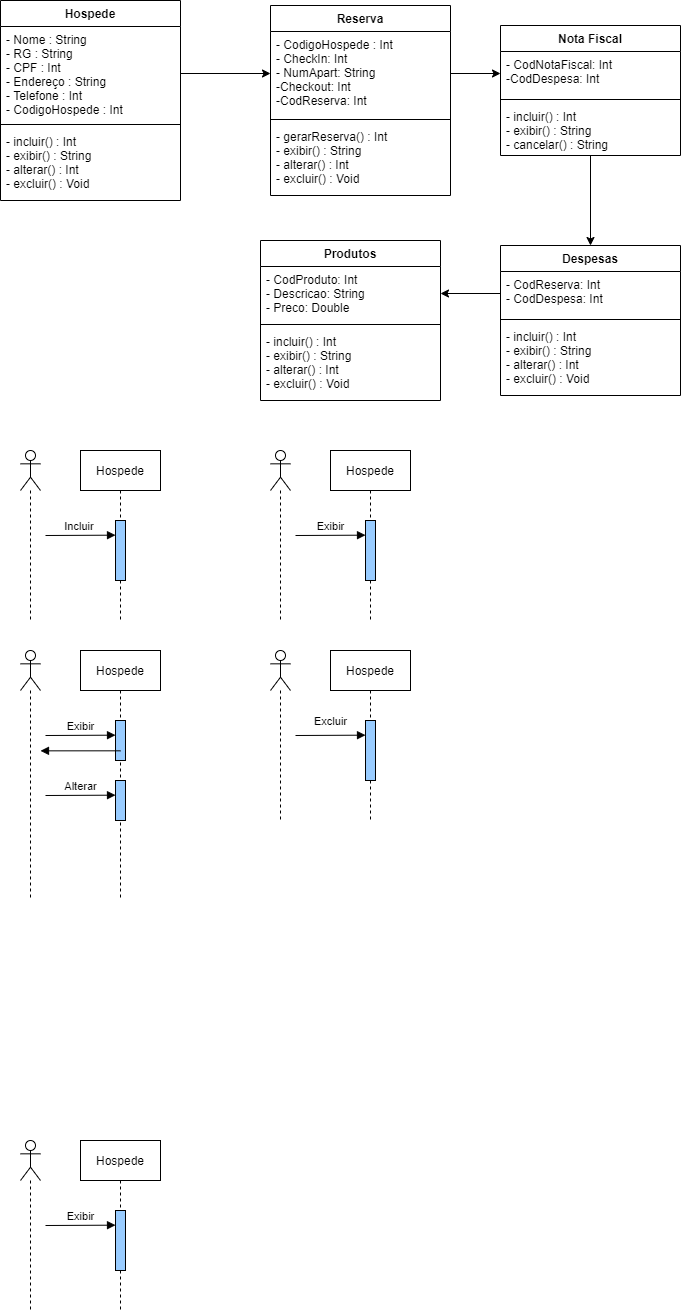
leitoraincomum/engsofII keeps this draw.io diagram as Sequencia e Colab.png. Above is the earlier version. Source tidied: cells renumbered, new cells last; positions are measured from the earlier drawing's top-left corner, leaving out a move shared by most shapes.
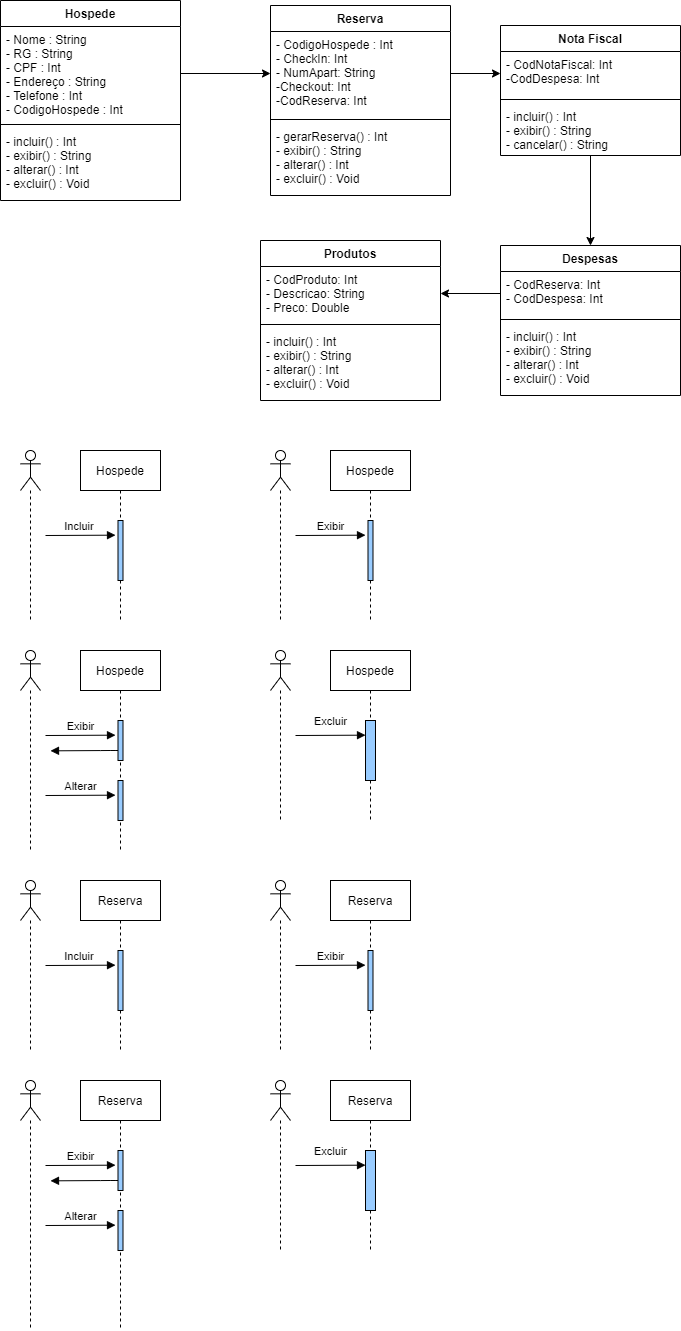
Later version of the same file.

The edit, as a diff of the source:
```diff
@@ -84,7 +84,7 @@
       <mxGeometry x="80" y="450" width="80" height="170" as="geometry" />
     </mxCell>
     <mxCell id="28" style="html=1;perimeter=orthogonalPerimeter;align=center;fillColor=#99CCFF;" parent="27" vertex="1">
-      <mxGeometry x="35" y="70" width="10" height="60" as="geometry" />
+      <mxGeometry x="37.5" y="70" width="5" height="60" as="geometry" />
     </mxCell>
     <mxCell id="29" style="shape=umlLifeline;participant=umlActor;perimeter=lifelinePerimeter;whiteSpace=wrap;html=1;verticalAlign=top;spacingTop=36;align=center;" parent="1" vertex="1">
       <mxGeometry x="20" y="450" width="20" height="170" as="geometry" />
@@ -96,13 +96,13 @@
       </mxGeometry>
     </mxCell>
     <mxCell id="31" value="Hospede" style="shape=umlLifeline;perimeter=lifelinePerimeter;whiteSpace=wrap;html=1;align=center;" parent="1" vertex="1">
-      <mxGeometry x="80" y="650" width="80" height="250" as="geometry" />
+      <mxGeometry x="80" y="650" width="80" height="200" as="geometry" />
     </mxCell>
     <mxCell id="32" style="html=1;points=[];perimeter=orthogonalPerimeter;align=center;fillColor=#99CCFF;" parent="31" vertex="1">
-      <mxGeometry x="35" y="70" width="10" height="40" as="geometry" />
+      <mxGeometry x="37.5" y="70" width="5" height="40" as="geometry" />
     </mxCell>
     <mxCell id="33" style="html=1;perimeter=orthogonalPerimeter;align=center;fillColor=#99CCFF;" parent="31" vertex="1">
-      <mxGeometry x="35" y="130" width="10" height="40" as="geometry" />
+      <mxGeometry x="37.5" y="130" width="5" height="40" as="geometry" />
     </mxCell>
     <mxCell id="34" value="Alterar" style="html=1;verticalAlign=bottom;endArrow=block;" parent="31" edge="1">
       <mxGeometry relative="1" as="geometry">
@@ -111,13 +111,13 @@
       </mxGeometry>
     </mxCell>
     <mxCell id="35" style="shape=umlLifeline;participant=umlActor;perimeter=lifelinePerimeter;whiteSpace=wrap;html=1;verticalAlign=top;spacingTop=36;align=center;" parent="1" vertex="1">
-      <mxGeometry x="20" y="650" width="20" height="250" as="geometry" />
+      <mxGeometry x="20" y="650" width="20" height="200" as="geometry" />
     </mxCell>
     <mxCell id="36" value="Hospede" style="shape=umlLifeline;perimeter=lifelinePerimeter;whiteSpace=wrap;html=1;align=center;" parent="1" vertex="1">
       <mxGeometry x="330" y="450" width="80" height="170" as="geometry" />
     </mxCell>
     <mxCell id="37" style="html=1;perimeter=orthogonalPerimeter;align=center;fillColor=#99CCFF;" parent="36" vertex="1">
-      <mxGeometry x="35" y="70" width="10" height="60" as="geometry" />
+      <mxGeometry x="37.5" y="70" width="5" height="60" as="geometry" />
     </mxCell>
     <mxCell id="38" style="shape=umlLifeline;participant=umlActor;perimeter=lifelinePerimeter;whiteSpace=wrap;html=1;verticalAlign=top;spacingTop=36;align=center;" parent="1" vertex="1">
       <mxGeometry x="270" y="450" width="20" height="170" as="geometry" />
@@ -143,25 +143,94 @@
         <mxPoint x="365" y="734.7" as="targetPoint" />
       </mxGeometry>
     </mxCell>
-    <mxCell id="44" value="Hospede" style="shape=umlLifeline;perimeter=lifelinePerimeter;whiteSpace=wrap;html=1;align=center;" parent="1" vertex="1">
-      <mxGeometry x="80" y="1140" width="80" height="170" as="geometry" />
-    </mxCell>
+    <mxCell id="48" style="html=1;verticalAlign=bottom;endArrow=block;" parent="1" edge="1">
+      <mxGeometry relative="1" as="geometry">
+        <mxPoint x="110" y="750" as="sourcePoint" />
+        <mxPoint x="50" y="750.3" as="targetPoint" />
+        <Array as="points">
+          <mxPoint x="120" y="750" />
+          <mxPoint x="110" y="750" />
+        </Array>
+      </mxGeometry>
+    </mxCell>
+    <mxCell id="49" value="Exibir" style="html=1;verticalAlign=bottom;endArrow=block;" parent="1" edge="1">
+      <mxGeometry relative="1" as="geometry">
+        <mxPoint x="45" y="1165" as="sourcePoint" />
+        <mxPoint x="115" y="1164.7" as="targetPoint" />
+      </mxGeometry>
+    </mxCell>
+    <mxCell id="50" value="Reserva" style="shape=umlLifeline;perimeter=lifelinePerimeter;whiteSpace=wrap;html=1;align=center;" parent="1" vertex="1">
+      <mxGeometry x="80" y="880" width="80" height="170" as="geometry" />
+    </mxCell>
+    <mxCell id="51" style="html=1;perimeter=orthogonalPerimeter;align=center;fillColor=#99CCFF;" parent="50" vertex="1">
+      <mxGeometry x="37.5" y="70" width="5" height="60" as="geometry" />
+    </mxCell>
+    <mxCell id="52" style="shape=umlLifeline;participant=umlActor;perimeter=lifelinePerimeter;whiteSpace=wrap;html=1;verticalAlign=top;spacingTop=36;align=center;" parent="1" vertex="1">
+      <mxGeometry x="20" y="880" width="20" height="170" as="geometry" />
+    </mxCell>
+    <mxCell id="53" value="Incluir&amp;nbsp;" style="html=1;verticalAlign=bottom;endArrow=block;" parent="1" edge="1">
+      <mxGeometry relative="1" as="geometry">
+        <mxPoint x="45" y="965" as="sourcePoint" />
+        <mxPoint x="115" y="964.7" as="targetPoint" />
+      </mxGeometry>
+    </mxCell>
+    <mxCell id="54" value="Reserva" style="shape=umlLifeline;perimeter=lifelinePerimeter;whiteSpace=wrap;html=1;align=center;" parent="1" vertex="1">
+      <mxGeometry x="80" y="1080" width="80" height="250" as="geometry" />
+    </mxCell>
+    <mxCell id="55" style="html=1;perimeter=orthogonalPerimeter;align=center;fillColor=#99CCFF;" parent="54" vertex="1">
+      <mxGeometry x="37.5" y="70" width="5" height="40" as="geometry" />
+    </mxCell>
+    <mxCell id="56" style="html=1;perimeter=orthogonalPerimeter;align=center;fillColor=#99CCFF;" parent="54" vertex="1">
+      <mxGeometry x="37.5" y="130" width="5" height="40" as="geometry" />
+    </mxCell>
+    <mxCell id="57" value="Alterar" style="html=1;verticalAlign=bottom;endArrow=block;" parent="54" edge="1">
+      <mxGeometry relative="1" as="geometry">
+        <mxPoint x="-35" y="145" as="sourcePoint" />
+        <mxPoint x="35" y="144.7" as="targetPoint" />
+      </mxGeometry>
+    </mxCell>
+    <mxCell id="58" style="shape=umlLifeline;participant=umlActor;perimeter=lifelinePerimeter;whiteSpace=wrap;html=1;verticalAlign=top;spacingTop=36;align=center;" parent="1" vertex="1">
+      <mxGeometry x="20" y="1080" width="20" height="250" as="geometry" />
+    </mxCell>
+    <mxCell id="59" value="Reserva" style="shape=umlLifeline;perimeter=lifelinePerimeter;whiteSpace=wrap;html=1;align=center;" parent="1" vertex="1">
+      <mxGeometry x="330" y="880" width="80" height="170" as="geometry" />
+    </mxCell>
+    <mxCell id="60" style="html=1;perimeter=orthogonalPerimeter;align=center;fillColor=#99CCFF;" parent="59" vertex="1">
+      <mxGeometry x="37.5" y="70" width="5" height="60" as="geometry" />
+    </mxCell>
+    <mxCell id="61" style="shape=umlLifeline;participant=umlActor;perimeter=lifelinePerimeter;whiteSpace=wrap;html=1;verticalAlign=top;spacingTop=36;align=center;" parent="1" vertex="1">
+      <mxGeometry x="270" y="880" width="20" height="170" as="geometry" />
+    </mxCell>
+    <mxCell id="62" value="Exibir" style="html=1;verticalAlign=bottom;endArrow=block;" parent="1" edge="1">
+      <mxGeometry relative="1" as="geometry">
+        <mxPoint x="295" y="965" as="sourcePoint" />
+        <mxPoint x="365" y="964.7" as="targetPoint" />
+      </mxGeometry>
+    </mxCell>
+    <mxCell id="63" value="Reserva" style="shape=umlLifeline;perimeter=lifelinePerimeter;whiteSpace=wrap;html=1;align=center;" parent="1" vertex="1">
+      <mxGeometry x="330" y="1080" width="80" height="170" as="geometry" />
+    </mxCell>
-    <mxCell id="45" style="html=1;perimeter=orthogonalPerimeter;align=center;fillColor=#99CCFF;" parent="44" vertex="1">
+    <mxCell id="45" style="html=1;perimeter=orthogonalPerimeter;align=center;fillColor=#99CCFF;" parent="63" vertex="1">
       <mxGeometry x="35" y="70" width="10" height="60" as="geometry" />
     </mxCell>
-    <mxCell id="46" style="shape=umlLifeline;participant=umlActor;perimeter=lifelinePerimeter;whiteSpace=wrap;html=1;verticalAlign=top;spacingTop=36;align=center;" parent="1" vertex="1">
-      <mxGeometry x="20" y="1140" width="20" height="170" as="geometry" />
-    </mxCell>
-    <mxCell id="47" value="Exibir" style="html=1;verticalAlign=bottom;endArrow=block;" parent="1" edge="1">
-      <mxGeometry relative="1" as="geometry">
-        <mxPoint x="45" y="1225" as="sourcePoint" />
-        <mxPoint x="115" y="1224.7" as="targetPoint" />
-      </mxGeometry>
-    </mxCell>
-    <mxCell id="48" style="html=1;verticalAlign=bottom;endArrow=block;exitX=0.5;exitY=0.758;exitDx=0;exitDy=0;exitPerimeter=0;" parent="1" edge="1" source="32">
-      <mxGeometry relative="1" as="geometry">
-        <mxPoint x="40" y="750.3" as="targetPoint" />
-      </mxGeometry>
-    </mxCell>
+    <mxCell id="64" style="shape=umlLifeline;participant=umlActor;perimeter=lifelinePerimeter;whiteSpace=wrap;html=1;verticalAlign=top;spacingTop=36;align=center;" parent="1" vertex="1">
+      <mxGeometry x="270" y="1080" width="20" height="170" as="geometry" />
+    </mxCell>
+    <mxCell id="65" value="Excluir" style="html=1;verticalAlign=bottom;endArrow=block;" parent="1" edge="1">
+      <mxGeometry y="5" relative="1" as="geometry">
+        <mxPoint x="295" y="1165" as="sourcePoint" />
+        <mxPoint x="365" y="1164.7" as="targetPoint" />
+      </mxGeometry>
+    </mxCell>
+    <mxCell id="66" style="html=1;verticalAlign=bottom;endArrow=block;" parent="1" edge="1">
+      <mxGeometry relative="1" as="geometry">
+        <mxPoint x="110" y="1180" as="sourcePoint" />
+        <mxPoint x="50" y="1180.3" as="targetPoint" />
+        <Array as="points">
+          <mxPoint x="120" y="1180" />
+          <mxPoint x="110" y="1180" />
+        </Array>
+      </mxGeometry>
+    </mxCell>
   </root>
 </mxGraphModel>
```
